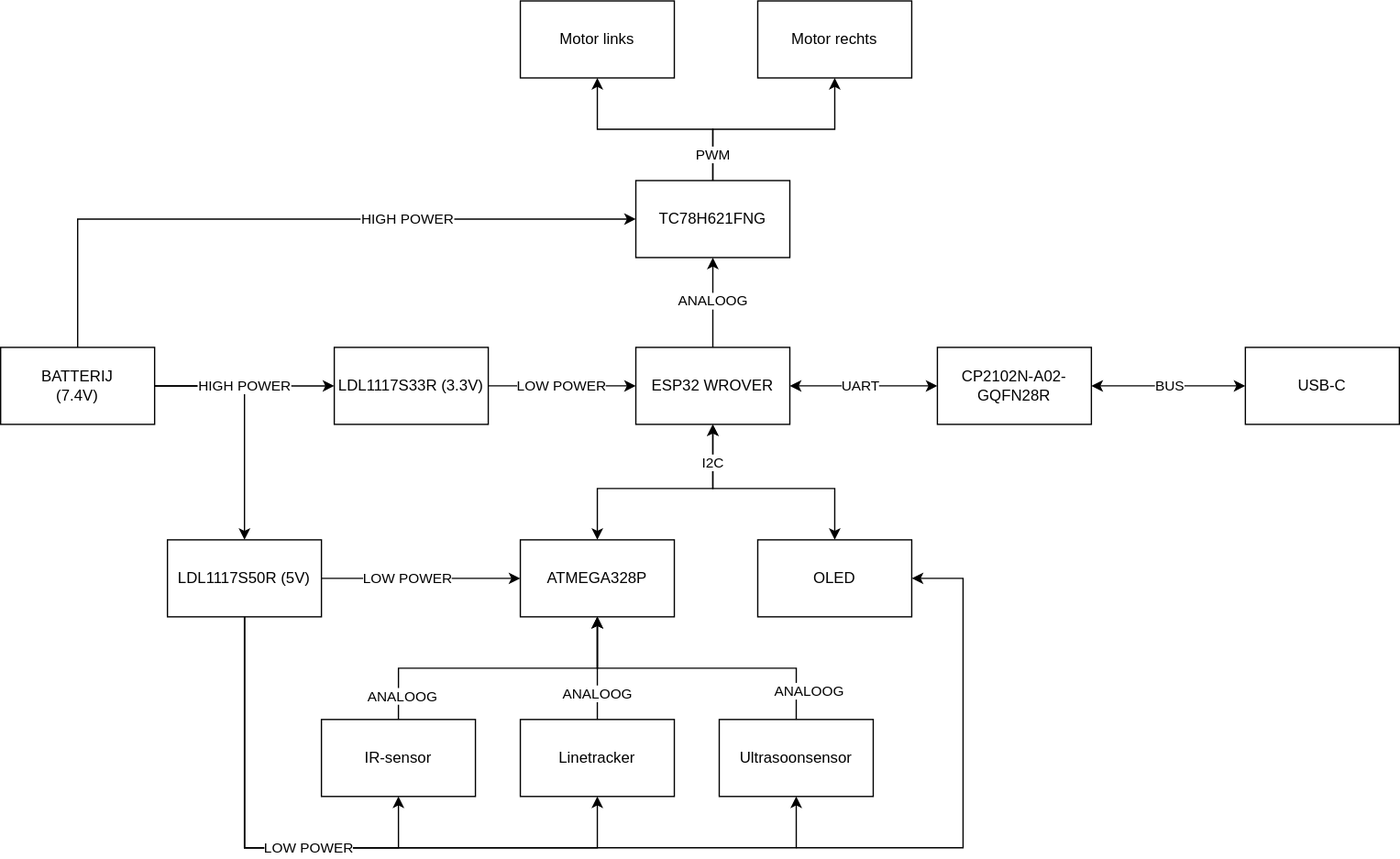
Earlier version of the draw.io export Documentatie/Blokdiagram.svg (Sten-AP/Smart-Systems). Source tidied: cells renumbered, new cells last; positions are measured from the earlier drawing's top-left corner, leaving out a move shared by most shapes.
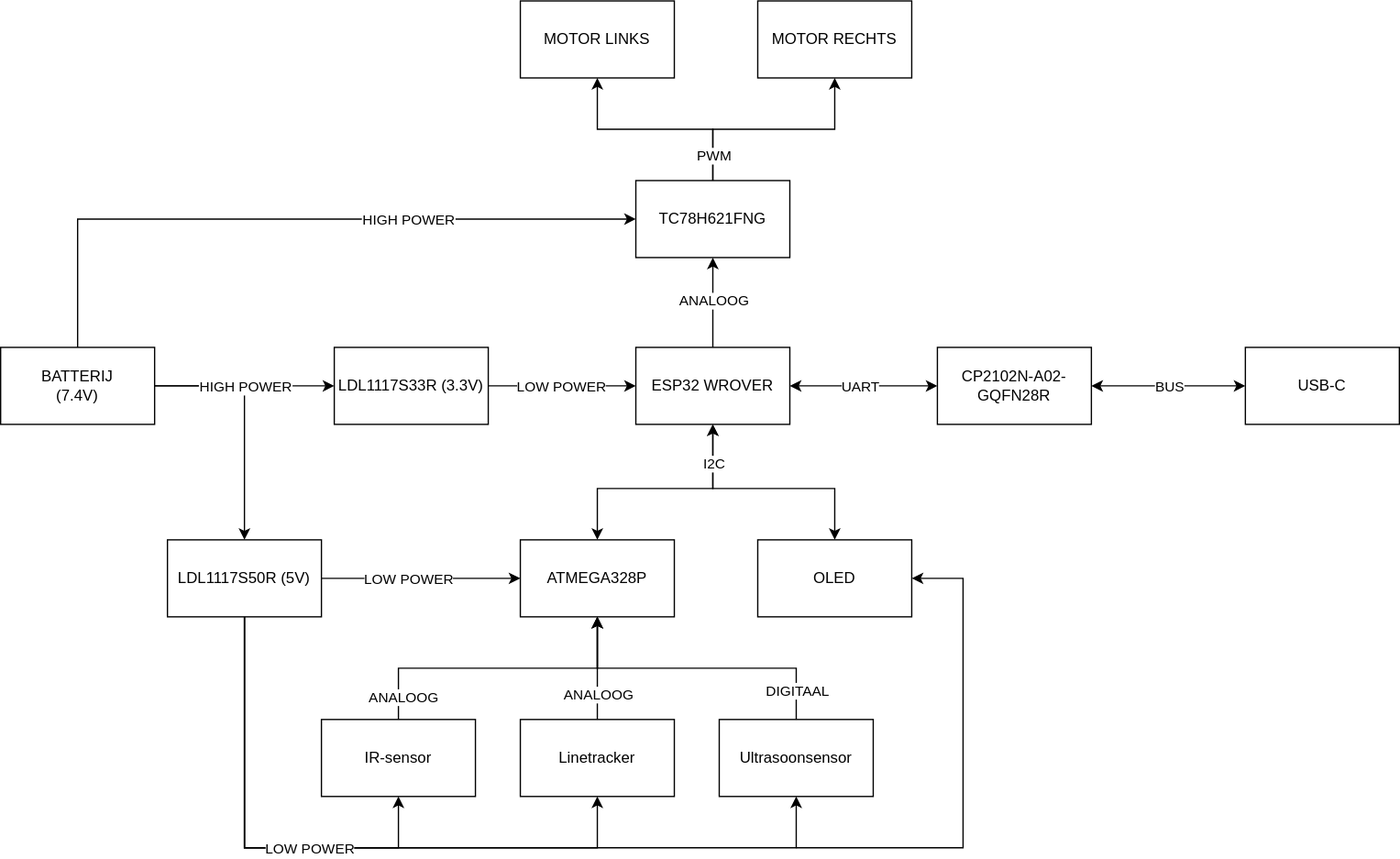
Later version of the same file.

The edit, as a diff of the source:
```diff
@@ -61,9 +61,9 @@
         </Array>
       </mxGeometry>
     </mxCell>
-    <mxCell id="13" value="ANALOOG" style="edgeLabel;html=1;align=center;verticalAlign=middle;" parent="12" vertex="1">
+    <mxCell id="13" value="DIGITAAL" style="edgeLabel;html=1;align=center;verticalAlign=middle;" parent="12" vertex="1">
       <mxGeometry x="0.75" y="-4" relative="1" as="geometry">
-        <mxPoint x="161" y="28" as="offset" />
+        <mxPoint x="151" y="28" as="offset" />
       </mxGeometry>
     </mxCell>
     <mxCell id="14" style="edgeStyle=orthogonalEdgeStyle;rounded=0;jettySize=auto;html=1;exitX=0.5;exitY=0;exitDx=0;exitDy=0;" parent="1" edge="1" source="28" target="16">
@@ -156,10 +156,10 @@
     <mxCell id="32" value="Linetracker" style="rounded=0;whiteSpace=wrap;html=1;" parent="1" vertex="1">
       <mxGeometry x="405" y="560" width="120" height="60" as="geometry" />
     </mxCell>
-    <mxCell id="33" value="Motor links" style="rounded=0;whiteSpace=wrap;html=1;" parent="1" vertex="1">
+    <mxCell id="33" value="MOTOR LINKS" style="rounded=0;whiteSpace=wrap;html=1;" parent="1" vertex="1">
       <mxGeometry x="405" width="120" height="60" as="geometry" />
     </mxCell>
-    <mxCell id="34" value="Motor rechts" style="rounded=0;whiteSpace=wrap;html=1;" parent="1" vertex="1">
+    <mxCell id="34" value="MOTOR RECHTS" style="rounded=0;whiteSpace=wrap;html=1;" parent="1" vertex="1">
       <mxGeometry x="590" width="120" height="60" as="geometry" />
     </mxCell>
     <mxCell id="35" style="endArrow=classic;html=1;exitX=0.5;exitY=0;exitDx=0;exitDy=0;edgeStyle=orthogonalEdgeStyle;rounded=0;entryX=0.5;entryY=1;entryDx=0;entryDy=0;" parent="1" edge="1" source="27" target="33">
```
